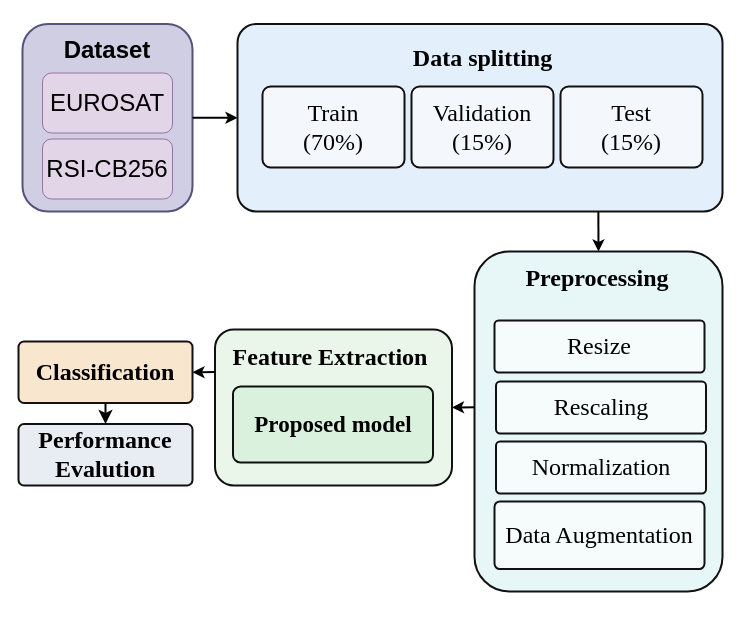
Earlier version of the draw.io diagram glcm blk.drawio (fac010150-cyber/draw_io). Source tidied: cells renumbered, new cells numbered last; positions are measured from the earlier drawing's top-left corner, leaving out a move shared by most shapes. Both pictures are drawn from the tidied source at 100%, with x=0, y=0 at pixel (18, 17).
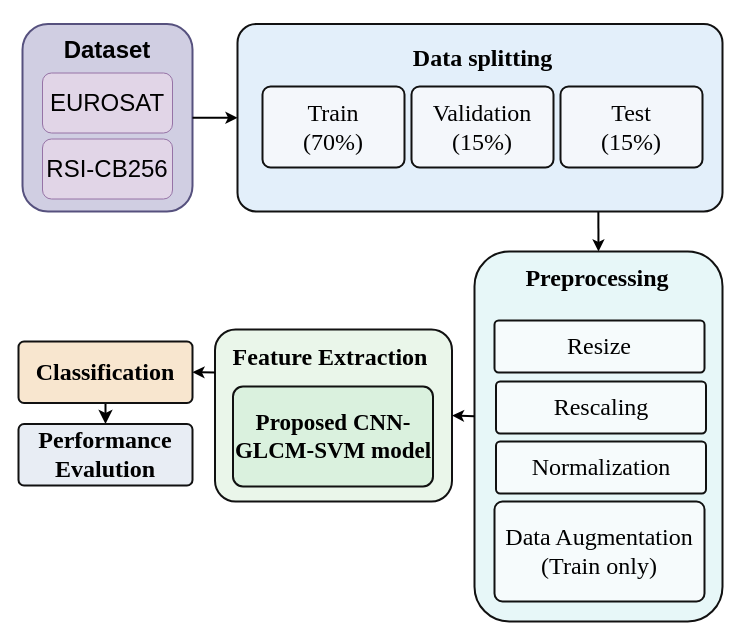
The same page after the edit.

Unchanged cells that the change refers to:
```xml
<mxCell id="18" value="Classification" style="rounded=1;whiteSpace=wrap;html=1;arcSize=9;fillColor=#F8E6CF;strokeColor=#111111;strokeWidth=2;fontFamily=Times New Roman;fontSize=24;align=center;verticalAlign=middle;fontStyle=1;" parent="1" vertex="1">
  <mxGeometry y="324" width="174" height="61.5" as="geometry" />
</mxCell>
```

Change to the diagram source:
```diff
@@
     <mxCell id="8" style="rounded=1;whiteSpace=wrap;html=1;arcSize=14;fillColor=#E7F7F8;strokeColor=#111111;strokeWidth=2;" parent="1" vertex="1">
-      <mxGeometry x="456" y="234" width="248" height="340" as="geometry" />
+      <mxGeometry x="456" y="234" width="248" height="370" as="geometry" />
     </mxCell>
@@
-    <mxCell id="11" value="Data Augmentation" style="rounded=1;whiteSpace=wrap;html=1;arcSize=8;fillColor=#F6FBFC;strokeColor=#111111;strokeWidth=2;fontFamily=Times New Roman;fontSize=24;align=center;verticalAlign=middle;" parent="1" vertex="1">
-      <mxGeometry x="476" y="484" width="210" height="67.5" as="geometry" />
+    <mxCell id="11" value="&lt;div&gt;Data Augmentation&lt;/div&gt;(Train only)" style="rounded=1;whiteSpace=wrap;html=1;arcSize=8;fillColor=#F6FBFC;strokeColor=#111111;strokeWidth=2;fontFamily=Times New Roman;fontSize=24;align=center;verticalAlign=middle;" parent="1" vertex="1">
+      <mxGeometry x="476" y="484" width="210" height="100" as="geometry" />
     </mxCell>
@@
     <mxCell id="14" style="rounded=1;whiteSpace=wrap;html=1;arcSize=12;fillColor=#EAF6EA;strokeColor=#111111;strokeWidth=2;" parent="1" vertex="1">
-      <mxGeometry x="196.5" y="312" width="237" height="156" as="geometry" />
+      <mxGeometry x="196.5" y="312" width="237" height="172" as="geometry" />
     </mxCell>
@@
-    <mxCell id="16" value="&lt;b&gt;Proposed model&lt;/b&gt;" style="rounded=1;whiteSpace=wrap;html=1;arcSize=10;fillColor=#DAF1DE;strokeColor=#111111;strokeWidth=2;fontFamily=Times New Roman;fontSize=23;align=center;verticalAlign=middle;" parent="1" vertex="1">
-      <mxGeometry x="214.5" y="369" width="200" height="76" as="geometry" />
+    <mxCell id="16" value="&lt;b&gt;Proposed CNN-GLCM-SVM model&lt;/b&gt;" style="rounded=1;whiteSpace=wrap;html=1;arcSize=10;fillColor=#DAF1DE;strokeColor=#111111;strokeWidth=2;fontFamily=Times New Roman;fontSize=23;align=center;verticalAlign=middle;" parent="1" vertex="1">
+      <mxGeometry x="214.5" y="369" width="200" height="100" as="geometry" />
     </mxCell>
@@
-    <mxCell id="25" style="edgeStyle=none;jettySize=auto;html=1;rounded=0;exitX=-0.001;exitY=0.458;exitDx=0;exitDy=0;exitPerimeter=0;entryX=1;entryY=0.5;entryDx=0;entryDy=0;strokeWidth=2;" parent="1" edge="1" source="8" target="14">
+    <mxCell id="25" style="edgeStyle=none;jettySize=auto;html=1;rounded=0;exitX=0;exitY=0.445;exitDx=0;exitDy=0;exitPerimeter=0;entryX=1;entryY=0.5;entryDx=0;entryDy=0;strokeWidth=2;" parent="1" edge="1" source="8" target="14">
       <mxGeometry relative="1" as="geometry" />
     </mxCell>
-    <mxCell id="26" style="edgeStyle=none;jettySize=auto;html=1;rounded=0;exitX=0;exitY=0.273;exitDx=0;exitDy=0;entryX=1;entryY=0.5;entryDx=0;entryDy=0;strokeWidth=2;exitPerimeter=0;" parent="1" edge="1" source="14" target="18">
+    <mxCell id="26" style="edgeStyle=none;jettySize=auto;html=1;rounded=0;exitX=0;exitY=0.25;exitDx=0;exitDy=0;entryX=1;entryY=0.5;entryDx=0;entryDy=0;strokeWidth=2;" parent="1" edge="1" source="14" target="18">
       <mxGeometry relative="1" as="geometry" />
     </mxCell>
```
